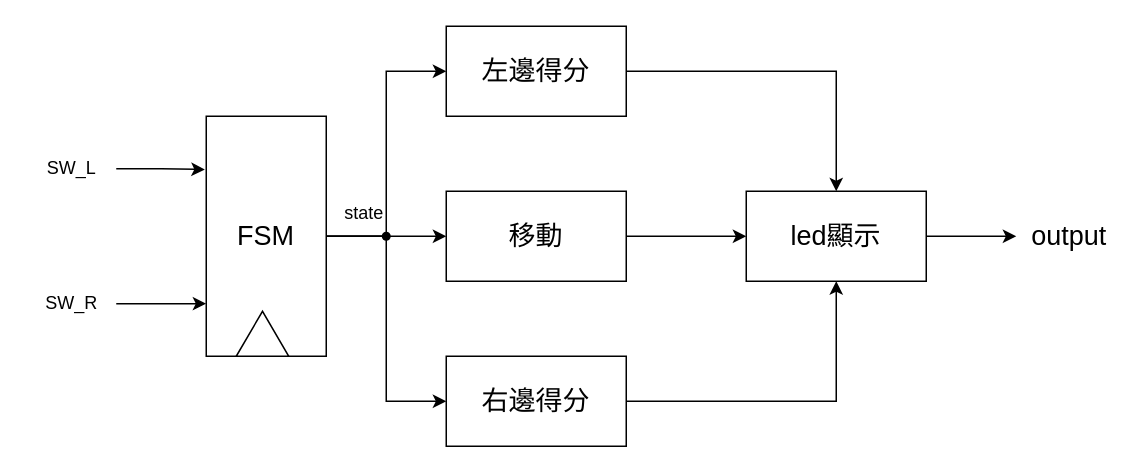
Earlier version of the draw.io diagram page "架構圖" (4 of 5) of 乒乓球遊戲.drawio (wsy0331/SOC-Lab). Source tidied: cells renumbered, new cells numbered last; positions are measured from the earlier drawing's top-left corner, leaving out a move shared by most shapes. Both pictures are drawn from the tidied source at 150%, with x=0, y=0 at pixel (26, 26).
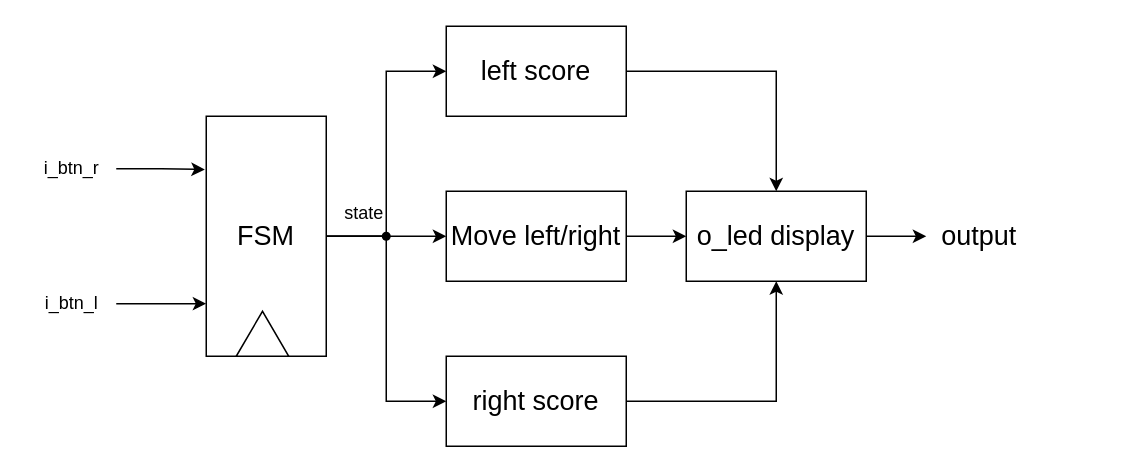
The same page after the edit.

What changed in the source:
```diff
@@
     <mxCell id="7" value="&lt;font style=&quot;font-size: 18px;&quot;&gt;output&lt;/font&gt;" style="text;html=1;align=center;verticalAlign=middle;points=[];strokeColor=none;fillColor=none;" parent="1" vertex="1">
-      <mxGeometry x="660" y="120" width="70" height="40" as="geometry" />
+      <mxGeometry x="600" y="120" width="70" height="40" as="geometry" />
     </mxCell>
@@
-    <mxCell id="9" value="&lt;font style=&quot;font-size: 18px;&quot;&gt;左邊得分&lt;/font&gt;" style="rounded=0;whiteSpace=wrap;html=1;" parent="1" vertex="1">
+    <mxCell id="9" value="&lt;font style=&quot;font-size: 18px;&quot;&gt;left score&lt;/font&gt;" style="rounded=0;whiteSpace=wrap;html=1;" parent="1" vertex="1">
       <mxGeometry x="280" width="120" height="60" as="geometry" />
     </mxCell>
@@
-    <mxCell id="11" value="&lt;font style=&quot;font-size: 18px;&quot;&gt;右邊得分&lt;/font&gt;" style="rounded=0;whiteSpace=wrap;html=1;" parent="1" vertex="1">
+    <mxCell id="11" value="&lt;font style=&quot;font-size: 18px;&quot;&gt;right score&lt;/font&gt;" style="rounded=0;whiteSpace=wrap;html=1;" parent="1" vertex="1">
       <mxGeometry x="280" y="220" width="120" height="60" as="geometry" />
     </mxCell>
@@
-    <mxCell id="14" value="&lt;font style=&quot;font-size: 18px;&quot;&gt;移動&lt;/font&gt;" style="rounded=0;whiteSpace=wrap;html=1;" parent="1" vertex="1">
+    <mxCell id="14" value="&lt;font style=&quot;font-size: 18px;&quot;&gt;Move left/right&lt;/font&gt;" style="rounded=0;whiteSpace=wrap;html=1;" parent="1" vertex="1">
       <mxGeometry x="280" y="110" width="120" height="60" as="geometry" />
     </mxCell>
-    <mxCell id="15" value="SW_L" style="text;html=1;align=center;verticalAlign=middle;points=[];strokeColor=none;fillColor=none;" parent="1" vertex="1">
+    <mxCell id="15" value="i_btn_r" style="text;html=1;align=center;verticalAlign=middle;points=[];strokeColor=none;fillColor=none;" parent="1" vertex="1">
       <mxGeometry y="80" width="60" height="30" as="geometry" />
     </mxCell>
-    <mxCell id="16" value="SW_R" style="text;html=1;align=center;verticalAlign=middle;points=[];strokeColor=none;fillColor=none;" parent="1" vertex="1">
+    <mxCell id="16" value="i_btn_l" style="text;html=1;align=center;verticalAlign=middle;points=[];strokeColor=none;fillColor=none;" parent="1" vertex="1">
       <mxGeometry y="170" width="60" height="30" as="geometry" />
     </mxCell>
@@
-    <mxCell id="22" value="&lt;font style=&quot;font-size: 18px;&quot;&gt;led顯示&lt;/font&gt;" style="rounded=0;whiteSpace=wrap;html=1;" parent="1" vertex="1">
-      <mxGeometry x="480" y="110" width="120" height="60" as="geometry" />
+    <mxCell id="22" value="&lt;font style=&quot;font-size: 18px;&quot;&gt;o_led display&lt;/font&gt;" style="rounded=0;whiteSpace=wrap;html=1;" parent="1" vertex="1">
+      <mxGeometry x="440" y="110" width="120" height="60" as="geometry" />
     </mxCell>
```
